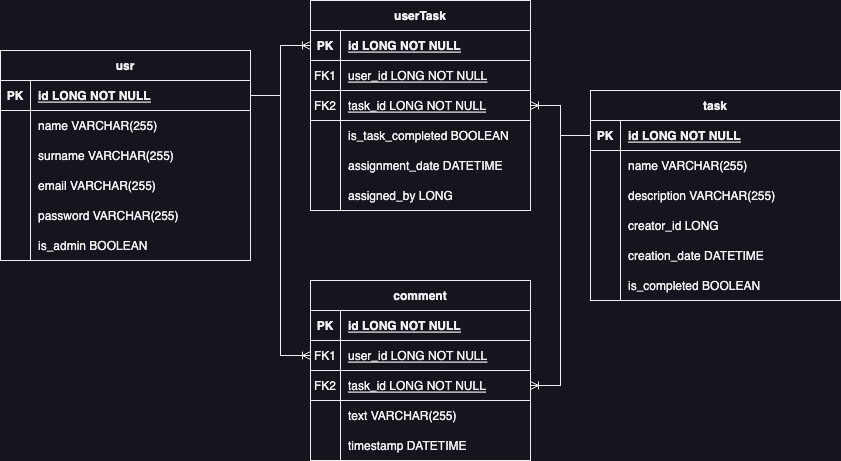
Earlier version of the draw.io export _docs/eer.png (mtimoxenko/media-workbench). Source tidied: cells renumbered, new cells last; positions are measured from the earlier drawing's top-left corner, leaving out a move shared by most shapes.
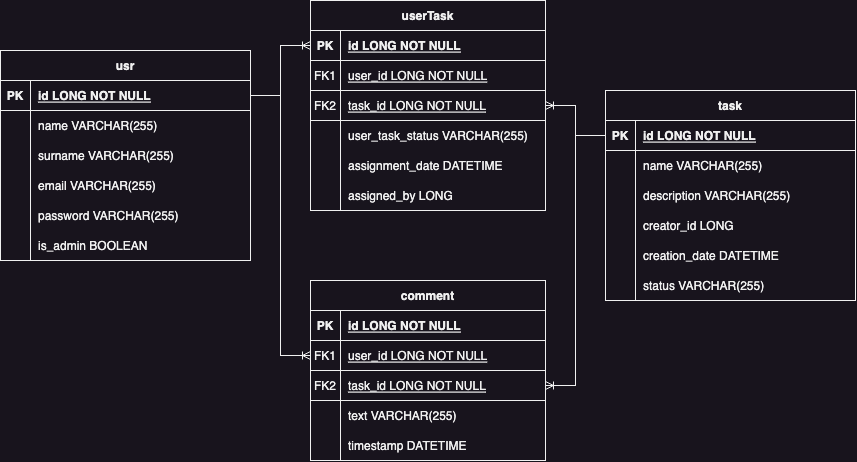
Above is the later version.

Commit message:
[update] task status

What changed in the source:
```diff
@@ -60,7 +60,7 @@
       <mxGeometry x="30" width="220" height="30" as="geometry" />
     </mxCell>
     <mxCell id="21" value="task" style="shape=table;startSize=30;rowLines=0;fontStyle=1;align=center;" parent="1" vertex="1">
-      <mxGeometry x="590" y="90" width="250" height="210" as="geometry" />
+      <mxGeometry x="605" y="90" width="250" height="210" as="geometry" />
     </mxCell>
     <mxCell id="22" style="shape=partialRectangle;fillColor=none;points=[[0,0.5],[1,0.5]];portConstraint=eastwest;top=0;left=0;right=0;bottom=1;" parent="21" vertex="1">
       <mxGeometry y="30" width="250" height="30" as="geometry" />
@@ -113,7 +113,7 @@
     <mxCell id="38" style="shape=partialRectangle;overflow=hidden;fillColor=none;top=0;left=0;bottom=0;right=0;" parent="37" vertex="1">
       <mxGeometry width="30" height="30" as="geometry" />
     </mxCell>
-    <mxCell id="39" value="is_completed BOOLEAN" style="shape=partialRectangle;overflow=hidden;fillColor=none;top=0;left=0;bottom=0;right=0;align=left;spacingLeft=6;" parent="37" vertex="1">
+    <mxCell id="39" value="status VARCHAR(255)" style="shape=partialRectangle;overflow=hidden;fillColor=none;top=0;left=0;bottom=0;right=0;align=left;spacingLeft=6;" parent="37" vertex="1">
       <mxGeometry x="30" width="220" height="30" as="geometry" />
     </mxCell>
     <mxCell id="40" style="edgeStyle=entityRelationEdgeStyle;fontSize=12;html=1;endArrow=ERoneToMany;rounded=0;exitX=1;exitY=0.5;exitDx=0;exitDy=0;entryX=0;entryY=0.5;entryDx=0;entryDy=0;" parent="1" edge="1" source="3">
@@ -122,115 +122,120 @@
       </mxGeometry>
     </mxCell>
     <mxCell id="41" value="comment" style="shape=table;startSize=30;rowLines=0;fontStyle=1;align=center;" parent="1" vertex="1">
-      <mxGeometry x="310" y="280" width="220" height="180" as="geometry" />
+      <mxGeometry x="310" y="280" width="235" height="180" as="geometry" />
     </mxCell>
     <mxCell id="42" style="shape=partialRectangle;fillColor=none;top=0;left=0;right=0;bottom=1;" parent="41" vertex="1">
-      <mxGeometry y="30" width="220" height="30" as="geometry" />
+      <mxGeometry y="30" width="235" height="30" as="geometry" />
     </mxCell>
     <mxCell id="43" value="PK" style="shape=partialRectangle;overflow=hidden;fillColor=none;top=0;left=0;bottom=0;right=0;fontStyle=1;" parent="42" vertex="1">
       <mxGeometry width="30" height="30" as="geometry" />
     </mxCell>
     <mxCell id="44" value="id LONG NOT NULL" style="shape=partialRectangle;overflow=hidden;fillColor=none;top=0;left=0;bottom=0;right=0;align=left;spacingLeft=6;fontStyle=5;" parent="42" vertex="1">
-      <mxGeometry x="30" width="190" height="30" as="geometry" />
+      <mxGeometry x="30" width="205" height="30" as="geometry" />
     </mxCell>
     <mxCell id="45" style="shape=partialRectangle;fillColor=none;points=[[0,0.5],[1,0.5]];portConstraint=eastwest;top=0;left=0;right=0;bottom=1;" parent="41" vertex="1">
-      <mxGeometry y="60" width="220" height="30" as="geometry" />
+      <mxGeometry y="60" width="235" height="30" as="geometry" />
     </mxCell>
     <mxCell id="46" value="FK1" style="shape=partialRectangle;overflow=hidden;fillColor=none;top=0;left=0;bottom=0;right=0;fontStyle=0;" parent="45" vertex="1">
       <mxGeometry width="30" height="30" as="geometry" />
     </mxCell>
     <mxCell id="47" value="user_id LONG NOT NULL" style="shape=partialRectangle;overflow=hidden;fillColor=none;top=0;left=0;bottom=0;right=0;align=left;spacingLeft=6;fontStyle=4;" parent="45" vertex="1">
-      <mxGeometry x="30" width="190" height="30" as="geometry" />
+      <mxGeometry x="30" width="205" height="30" as="geometry" />
     </mxCell>
     <mxCell id="48" style="shape=partialRectangle;fillColor=none;points=[[0,0.5],[1,0.5]];portConstraint=eastwest;top=0;left=0;right=0;bottom=1;" parent="41" vertex="1">
-      <mxGeometry y="90" width="220" height="30" as="geometry" />
+      <mxGeometry y="90" width="235" height="30" as="geometry" />
     </mxCell>
     <mxCell id="49" value="FK2" style="shape=partialRectangle;overflow=hidden;fillColor=none;top=0;left=0;bottom=0;right=0;fontStyle=0;" parent="48" vertex="1">
       <mxGeometry width="30" height="30" as="geometry" />
     </mxCell>
     <mxCell id="50" value="task_id LONG NOT NULL" style="shape=partialRectangle;overflow=hidden;fillColor=none;top=0;left=0;bottom=0;right=0;align=left;spacingLeft=6;fontStyle=4;" parent="48" vertex="1">
-      <mxGeometry x="30" width="190" height="30" as="geometry" />
+      <mxGeometry x="30" width="205" height="30" as="geometry" />
     </mxCell>
     <mxCell id="51" style="shape=partialRectangle;fillColor=none;top=0;left=0;right=0;bottom=0;" parent="41" vertex="1">
-      <mxGeometry y="120" width="220" height="30" as="geometry" />
+      <mxGeometry y="120" width="235" height="30" as="geometry" />
     </mxCell>
     <mxCell id="52" style="shape=partialRectangle;overflow=hidden;fillColor=none;top=0;left=0;bottom=0;right=0;" parent="51" vertex="1">
       <mxGeometry width="30" height="30" as="geometry" />
     </mxCell>
     <mxCell id="53" value="text VARCHAR(255)" style="shape=partialRectangle;overflow=hidden;fillColor=none;top=0;left=0;bottom=0;right=0;align=left;spacingLeft=6;" parent="51" vertex="1">
-      <mxGeometry x="30" width="190" height="30" as="geometry" />
+      <mxGeometry x="30" width="205" height="30" as="geometry" />
     </mxCell>
     <mxCell id="54" style="shape=partialRectangle;fillColor=none;top=0;left=0;right=0;bottom=0;" parent="41" vertex="1">
-      <mxGeometry y="150" width="220" height="30" as="geometry" />
+      <mxGeometry y="150" width="235" height="30" as="geometry" />
     </mxCell>
     <mxCell id="55" style="shape=partialRectangle;overflow=hidden;fillColor=none;top=0;left=0;bottom=0;right=0;" parent="54" vertex="1">
       <mxGeometry width="30" height="30" as="geometry" />
     </mxCell>
     <mxCell id="56" value="timestamp DATETIME" style="shape=partialRectangle;overflow=hidden;fillColor=none;top=0;left=0;bottom=0;right=0;align=left;spacingLeft=6;" parent="54" vertex="1">
-      <mxGeometry x="30" width="190" height="30" as="geometry" />
+      <mxGeometry x="30" width="205" height="30" as="geometry" />
     </mxCell>
     <mxCell id="57" style="edgeStyle=entityRelationEdgeStyle;fontSize=12;html=1;endArrow=ERoneToMany;rounded=0;entryX=1;entryY=0.5;entryDx=0;entryDy=0;exitX=0;exitY=0.5;exitDx=0;exitDy=0;" parent="1" edge="1" source="22" target="48">
-      <mxGeometry relative="1" as="geometry" />
+      <mxGeometry relative="1" as="geometry">
+        <Array as="points">
+          <mxPoint x="585" y="260" />
+          <mxPoint x="545" y="270" />
+        </Array>
+      </mxGeometry>
     </mxCell>
     <mxCell id="58" style="edgeStyle=entityRelationEdgeStyle;fontSize=12;html=1;endArrow=ERoneToMany;rounded=0;exitX=1;exitY=0.5;exitDx=0;exitDy=0;entryX=0;entryY=0.5;entryDx=0;entryDy=0;" parent="1" edge="1" source="3" target="45">
       <mxGeometry relative="1" as="geometry" />
     </mxCell>
     <mxCell id="59" value="userTask" style="shape=table;startSize=30;rowLines=0;fontStyle=1;align=center;" parent="1" vertex="1">
-      <mxGeometry x="310" width="220" height="210" as="geometry" />
+      <mxGeometry x="310" width="235" height="210" as="geometry" />
     </mxCell>
     <mxCell id="60" style="shape=partialRectangle;fillColor=none;top=0;left=0;right=0;bottom=1;" parent="59" vertex="1">
-      <mxGeometry y="30" width="220" height="30" as="geometry" />
+      <mxGeometry y="30" width="235" height="30" as="geometry" />
     </mxCell>
     <mxCell id="61" value="PK" style="shape=partialRectangle;overflow=hidden;fillColor=none;top=0;left=0;bottom=0;right=0;fontStyle=1;" parent="60" vertex="1">
       <mxGeometry width="30" height="30" as="geometry" />
     </mxCell>
     <mxCell id="62" value="id LONG NOT NULL" style="shape=partialRectangle;overflow=hidden;fillColor=none;top=0;left=0;bottom=0;right=0;align=left;spacingLeft=6;fontStyle=5;" parent="60" vertex="1">
-      <mxGeometry x="30" width="190" height="30" as="geometry" />
+      <mxGeometry x="30" width="205" height="30" as="geometry" />
     </mxCell>
     <mxCell id="63" style="shape=partialRectangle;fillColor=none;top=0;left=0;right=0;bottom=1;" parent="59" vertex="1">
-      <mxGeometry y="60" width="220" height="30" as="geometry" />
+      <mxGeometry y="60" width="235" height="30" as="geometry" />
     </mxCell>
     <mxCell id="64" value="FK1" style="shape=partialRectangle;overflow=hidden;fillColor=none;top=0;left=0;bottom=0;right=0;fontStyle=0;" parent="63" vertex="1">
       <mxGeometry width="30" height="30" as="geometry" />
     </mxCell>
     <mxCell id="65" value="user_id LONG NOT NULL" style="shape=partialRectangle;overflow=hidden;fillColor=none;top=0;left=0;bottom=0;right=0;align=left;spacingLeft=6;fontStyle=4;" parent="63" vertex="1">
-      <mxGeometry x="30" width="190" height="30" as="geometry" />
+      <mxGeometry x="30" width="205" height="30" as="geometry" />
     </mxCell>
     <mxCell id="66" style="shape=partialRectangle;fillColor=none;points=[[0,0.5],[1,0.5]];portConstraint=eastwest;top=0;left=0;right=0;bottom=1;" parent="59" vertex="1">
-      <mxGeometry y="90" width="220" height="30" as="geometry" />
+      <mxGeometry y="90" width="235" height="30" as="geometry" />
     </mxCell>
     <mxCell id="67" value="FK2" style="shape=partialRectangle;overflow=hidden;fillColor=none;top=0;left=0;bottom=0;right=0;fontStyle=0;" parent="66" vertex="1">
       <mxGeometry width="30" height="30" as="geometry" />
     </mxCell>
     <mxCell id="68" value="task_id LONG NOT NULL" style="shape=partialRectangle;overflow=hidden;fillColor=none;top=0;left=0;bottom=0;right=0;align=left;spacingLeft=6;fontStyle=4;" parent="66" vertex="1">
-      <mxGeometry x="30" width="190" height="30" as="geometry" />
+      <mxGeometry x="30" width="205" height="30" as="geometry" />
     </mxCell>
     <mxCell id="69" style="shape=partialRectangle;fillColor=none;top=0;left=0;right=0;bottom=0;" parent="59" vertex="1">
-      <mxGeometry y="120" width="220" height="30" as="geometry" />
+      <mxGeometry y="120" width="235" height="30" as="geometry" />
     </mxCell>
     <mxCell id="70" style="shape=partialRectangle;overflow=hidden;fillColor=none;top=0;left=0;bottom=0;right=0;" parent="69" vertex="1">
       <mxGeometry width="30" height="30" as="geometry" />
     </mxCell>
-    <mxCell id="71" value="is_task_completed BOOLEAN" style="shape=partialRectangle;overflow=hidden;fillColor=none;top=0;left=0;bottom=0;right=0;align=left;spacingLeft=6;" parent="69" vertex="1">
-      <mxGeometry x="30" width="190" height="30" as="geometry" />
+    <mxCell id="71" value="user_task_status VARCHAR(255)" style="shape=partialRectangle;overflow=hidden;fillColor=none;top=0;left=0;bottom=0;right=0;align=left;spacingLeft=6;" parent="69" vertex="1">
+      <mxGeometry x="30" width="205" height="30" as="geometry" />
     </mxCell>
     <mxCell id="72" style="shape=partialRectangle;fillColor=none;top=0;left=0;right=0;bottom=0;" parent="59" vertex="1">
-      <mxGeometry y="150" width="220" height="30" as="geometry" />
+      <mxGeometry y="150" width="235" height="30" as="geometry" />
     </mxCell>
     <mxCell id="73" style="shape=partialRectangle;overflow=hidden;fillColor=none;top=0;left=0;bottom=0;right=0;" parent="72" vertex="1">
       <mxGeometry width="30" height="30" as="geometry" />
     </mxCell>
     <mxCell id="74" value="assignment_date DATETIME" style="shape=partialRectangle;overflow=hidden;fillColor=none;top=0;left=0;bottom=0;right=0;align=left;spacingLeft=6;" parent="72" vertex="1">
-      <mxGeometry x="30" width="190" height="30" as="geometry" />
+      <mxGeometry x="30" width="205" height="30" as="geometry" />
     </mxCell>
     <mxCell id="75" style="shape=partialRectangle;fillColor=none;top=0;left=0;right=0;bottom=0;" parent="59" vertex="1">
-      <mxGeometry y="180" width="220" height="30" as="geometry" />
+      <mxGeometry y="180" width="235" height="30" as="geometry" />
     </mxCell>
     <mxCell id="76" style="shape=partialRectangle;overflow=hidden;fillColor=none;top=0;left=0;bottom=0;right=0;" parent="75" vertex="1">
       <mxGeometry width="30" height="30" as="geometry" />
     </mxCell>
     <mxCell id="77" value="assigned_by LONG" style="shape=partialRectangle;overflow=hidden;fillColor=none;top=0;left=0;bottom=0;right=0;align=left;spacingLeft=6;" parent="75" vertex="1">
-      <mxGeometry x="30" width="190" height="30" as="geometry" />
+      <mxGeometry x="30" width="205" height="30" as="geometry" />
     </mxCell>
     <mxCell id="78" style="edgeStyle=entityRelationEdgeStyle;fontSize=12;html=1;endArrow=ERoneToMany;rounded=0;entryX=1;entryY=0.5;entryDx=0;entryDy=0;exitX=0;exitY=0.5;exitDx=0;exitDy=0;" parent="1" edge="1" source="22" target="66">
       <mxGeometry relative="1" as="geometry" />
```
